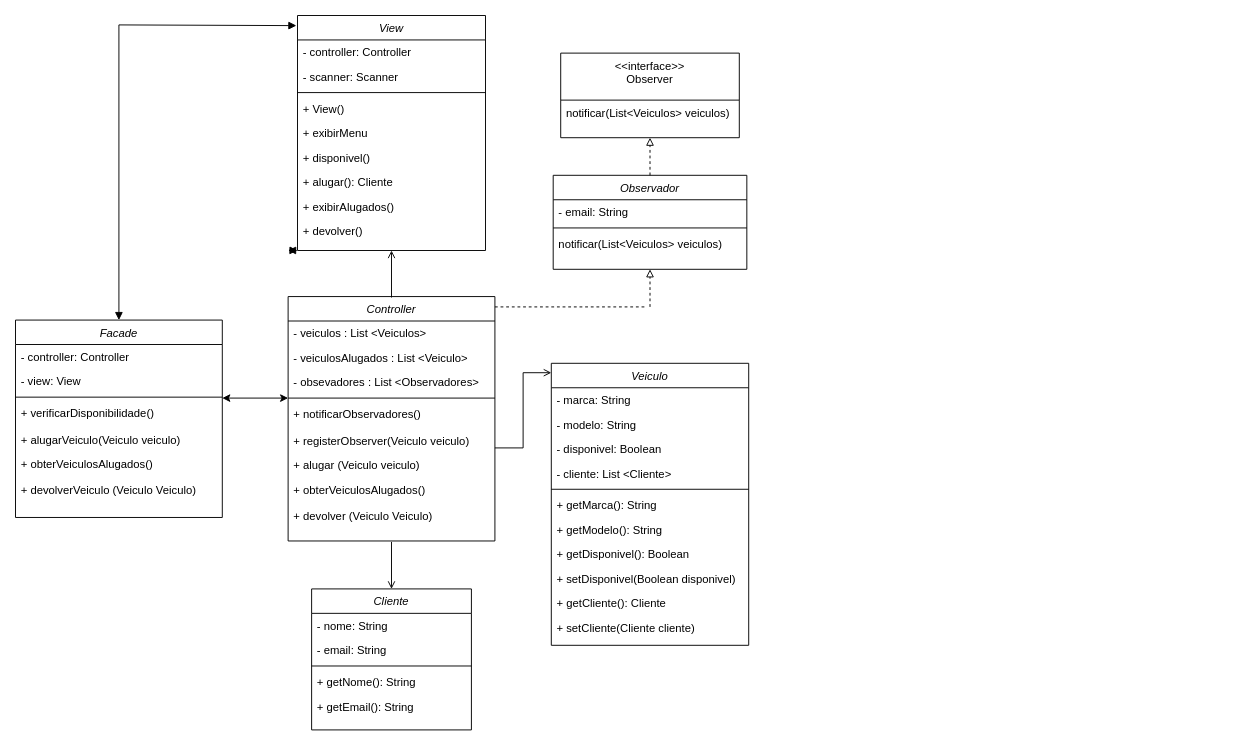
Before: Engenharia III/MVC/Diagram/MVC.drawio in New-Tomorrow/Bertoti, a draw.io diagram. Source tidied: cells renumbered, new cells numbered last; positions are measured from the earlier drawing's top-left corner, leaving out a move shared by most shapes. Both pictures are drawn from the tidied source at 94%, with x=0, y=0 at pixel (15, 15).
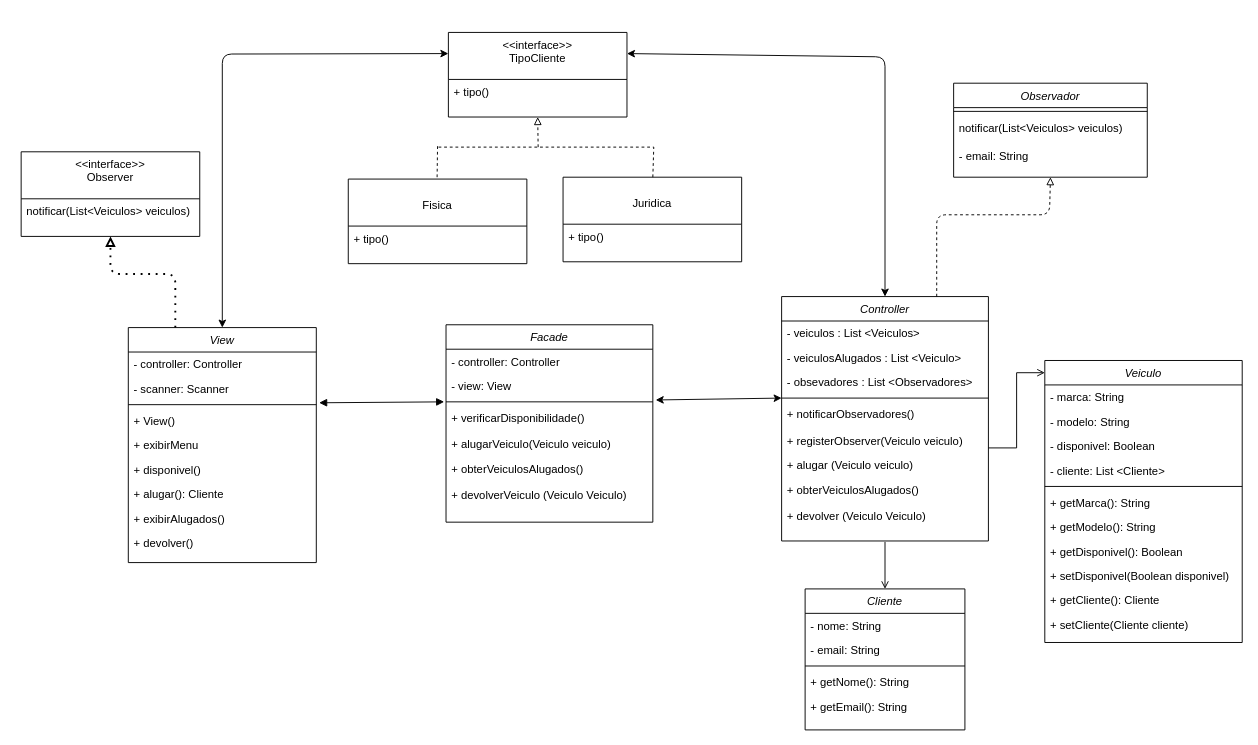
After the change.

Unchanged cells that the change refers to:
```xml
<mxCell id="39" value="- scanner: Scanner&#10;" style="text;align=left;verticalAlign=top;spacingLeft=4;spacingRight=4;overflow=hidden;points=[[0,0.5],[1,0.5]];portConstraint=eastwest;" parent="37" vertex="1">
  <mxGeometry y="52" width="200" height="26" as="geometry" />
</mxCell>
<mxCell id="49" value="- view: View" style="text;align=left;verticalAlign=top;spacingLeft=4;spacingRight=4;overflow=hidden;points=[[0,0.5],[1,0.5]];portConstraint=eastwest;" parent="47" vertex="1">
  <mxGeometry y="52" width="220" height="26" as="geometry" />
</mxCell>
```

The edit, as a diff of the source:
```diff
@@
     <mxCell id="2" value="Controller" style="swimlane;fontStyle=2;align=center;verticalAlign=top;horizontal=1;startSize=26;rounded=0;shadow=0;strokeWidth=1;" parent="1" vertex="1">
-      <mxGeometry x="290" y="299" width="220" height="260" as="geometry" />
+      <mxGeometry x="815" y="299" width="220" height="260" as="geometry" />
     </mxCell>
@@
     <mxCell id="12" value="&lt;&lt;interface&gt;&gt;&#10;Observer" style="swimlane;fontStyle=0;align=center;verticalAlign=top;horizontal=1;startSize=50;rounded=0;shadow=0;strokeWidth=1;" parent="1" vertex="1">
-      <mxGeometry x="580" y="40" width="190" height="90" as="geometry" />
+      <mxGeometry x="6" y="145" width="190" height="90" as="geometry" />
     </mxCell>
@@
     <mxCell id="14" value="Veiculo&#10;" style="swimlane;fontStyle=2;align=center;verticalAlign=top;horizontal=1;startSize=26;rounded=0;shadow=0;strokeWidth=1;" parent="1" vertex="1">
-      <mxGeometry x="570" y="370" width="210" height="300" as="geometry" />
+      <mxGeometry x="1095" y="367" width="210" height="300" as="geometry" />
     </mxCell>
@@
     <mxCell id="26" value="Cliente" style="swimlane;fontStyle=2;align=center;verticalAlign=top;horizontal=1;startSize=26;rounded=0;shadow=0;strokeWidth=1;strokeColor=default;" parent="1" vertex="1">
-      <mxGeometry x="315" y="610" width="170" height="150" as="geometry" />
+      <mxGeometry x="840" y="610" width="170" height="150" as="geometry" />
     </mxCell>
@@
     <mxCell id="32" value="Observador&#10;" style="swimlane;fontStyle=2;align=center;verticalAlign=top;horizontal=1;startSize=26;rounded=0;shadow=0;strokeWidth=1;" parent="1" vertex="1">
-      <mxGeometry x="572" y="170" width="206" height="100" as="geometry" />
+      <mxGeometry x="998" y="72" width="206" height="100" as="geometry" />
     </mxCell>
-    <mxCell id="33" value="- email: String" style="text;align=left;verticalAlign=top;spacingLeft=4;spacingRight=4;overflow=hidden;" parent="32" vertex="1">
-      <mxGeometry y="26" width="206" height="26" as="geometry" />
-    </mxCell>
     <mxCell id="34" style="line;html=1;strokeWidth=1;align=left;verticalAlign=middle;spacingTop=-1;spacingLeft=3;spacingRight=3;labelPosition=right;" parent="32" vertex="1">
-      <mxGeometry y="52" width="206" height="8" as="geometry" />
+      <mxGeometry y="26" width="206" height="8" as="geometry" />
     </mxCell>
     <mxCell id="35" value="notificar(List&lt;Veiculos&gt; veiculos)" style="text;align=left;verticalAlign=top;spacingLeft=4;spacingRight=4;overflow=hidden;rounded=0;shadow=0;html=0;" parent="32" vertex="1">
-      <mxGeometry y="60" width="206" height="30" as="geometry" />
+      <mxGeometry y="34" width="206" height="30" as="geometry" />
     </mxCell>
+    <mxCell id="33" value="- email: String" style="text;align=left;verticalAlign=top;spacingLeft=4;spacingRight=4;overflow=hidden;" parent="32" vertex="1">
+      <mxGeometry y="64" width="206" height="26" as="geometry" />
+    </mxCell>
-    <mxCell id="36" style="edgeStyle=none;html=1;exitX=0;exitY=1;exitDx=0;exitDy=0;startArrow=block;startFill=1;endArrow=block;endFill=1;" parent="1" edge="1" source="37">
-      <mxGeometry relative="1" as="geometry">
-        <mxPoint x="290" y="249.8" as="targetPoint" />
-      </mxGeometry>
+    <mxCell id="36" style="edgeStyle=none;html=1;exitX=1.015;exitY=1.077;exitDx=0;exitDy=0;startArrow=block;startFill=1;endArrow=block;endFill=1;entryX=-0.009;entryY=1.154;entryDx=0;entryDy=0;entryPerimeter=0;exitPerimeter=0;" parent="1" edge="1" source="39" target="49">
+      <mxGeometry relative="1" as="geometry" />
     </mxCell>
     <mxCell id="37" value="View&#10;" style="swimlane;fontStyle=2;align=center;verticalAlign=top;horizontal=1;startSize=26;rounded=0;shadow=0;strokeWidth=1;" parent="1" vertex="1">
-      <mxGeometry x="300" width="200" height="250" as="geometry" />
+      <mxGeometry x="120" y="332" width="200" height="250" as="geometry" />
     </mxCell>
@@
     <mxCell id="47" value="Facade" style="swimlane;fontStyle=2;align=center;verticalAlign=top;horizontal=1;startSize=26;rounded=0;shadow=0;strokeWidth=1;" parent="1" vertex="1">
-      <mxGeometry y="324" width="220" height="210" as="geometry" />
+      <mxGeometry x="458" y="329" width="220" height="210" as="geometry" />
     </mxCell>
@@
-    <mxCell id="55" style="endArrow=classic;startArrow=classic;html=1;" parent="1" edge="1">
+    <mxCell id="55" style="endArrow=classic;startArrow=classic;html=1;exitX=1.014;exitY=1.077;exitDx=0;exitDy=0;exitPerimeter=0;" parent="1" edge="1" source="49">
       <mxGeometry relative="1" as="geometry">
-        <mxPoint x="220" y="407" as="sourcePoint" />
-        <mxPoint x="290" y="407" as="targetPoint" />
+        <mxPoint x="815" y="407" as="targetPoint" />
       </mxGeometry>
     </mxCell>
     <mxCell id="56" style="endArrow=none;html=1;startArrow=open;startFill=0;" parent="1" edge="1">
       <mxGeometry relative="1" as="geometry">
-        <mxPoint x="400" y="610" as="sourcePoint" />
-        <mxPoint x="400" y="560" as="targetPoint" />
+        <mxPoint x="925" y="610" as="sourcePoint" />
+        <mxPoint x="925" y="560" as="targetPoint" />
       </mxGeometry>
     </mxCell>
     <mxCell id="57" style="endArrow=none;html=1;" parent="1" edge="1">
       <mxGeometry relative="1" as="geometry">
-        <mxPoint x="510" y="460" as="sourcePoint" />
-        <mxPoint x="540" y="460" as="targetPoint" />
+        <mxPoint x="1035" y="460" as="sourcePoint" />
+        <mxPoint x="1065" y="460" as="targetPoint" />
       </mxGeometry>
     </mxCell>
     <mxCell id="58" style="endArrow=none;html=1;" parent="1" edge="1">
       <mxGeometry relative="1" as="geometry">
-        <mxPoint x="540" y="460" as="sourcePoint" />
-        <mxPoint x="540" y="380" as="targetPoint" />
+        <mxPoint x="1065" y="460" as="sourcePoint" />
+        <mxPoint x="1065" y="380" as="targetPoint" />
       </mxGeometry>
     </mxCell>
     <mxCell id="59" style="endArrow=open;html=1;startArrow=none;startFill=0;endFill=0;" parent="1" edge="1">
       <mxGeometry relative="1" as="geometry">
-        <mxPoint x="540" y="380" as="sourcePoint" />
-        <mxPoint x="570" y="380" as="targetPoint" />
+        <mxPoint x="1065" y="380" as="sourcePoint" />
+        <mxPoint x="1095" y="380" as="targetPoint" />
       </mxGeometry>
     </mxCell>
-    <mxCell id="60" style="endArrow=none;html=1;dashed=1;" parent="1" edge="1">
-      <mxGeometry relative="1" as="geometry">
-        <mxPoint x="510" y="310" as="sourcePoint" />
-        <mxPoint x="670" y="310" as="targetPoint" />
-      </mxGeometry>
-    </mxCell>
-    <mxCell id="61" style="endArrow=block;html=1;dashed=1;entryX=0.5;entryY=1;entryDx=0;entryDy=0;endFill=0;" parent="1" edge="1" target="32">
+    <mxCell id="61" style="endArrow=block;html=1;dashed=1;entryX=0.5;entryY=1;entryDx=0;entryDy=0;endFill=0;exitX=0.75;exitY=0;exitDx=0;exitDy=0;" parent="1" edge="1" source="2" target="32">
       <mxGeometry relative="1" as="geometry">
-        <mxPoint x="675" y="310" as="sourcePoint" />
+        <Array as="points">
+          <mxPoint x="980" y="212" />
+          <mxPoint x="1100" y="212" />
+        </Array>
       </mxGeometry>
     </mxCell>
-    <mxCell id="62" style="endArrow=block;html=1;dashed=1;entryX=0.5;entryY=1;entryDx=0;entryDy=0;endFill=0;exitX=0.5;exitY=0;exitDx=0;exitDy=0;" parent="1" edge="1" source="32" target="12">
-      <mxGeometry relative="1" as="geometry" />
-    </mxCell>
-    <mxCell id="63" style="endArrow=open;html=1;entryX=0.5;entryY=1;entryDx=0;entryDy=0;endFill=0;" parent="1" edge="1" target="37">
-      <mxGeometry relative="1" as="geometry">
-        <mxPoint x="400" y="300" as="sourcePoint" />
-      </mxGeometry>
-    </mxCell>
-    <mxCell id="64" style="endArrow=none;html=1;exitX=0.5;exitY=0;exitDx=0;exitDy=0;endFill=0;startArrow=block;startFill=1;" parent="1" edge="1" source="47">
-      <mxGeometry relative="1" as="geometry">
-        <mxPoint x="110" y="10" as="targetPoint" />
-      </mxGeometry>
-    </mxCell>
-    <mxCell id="65" style="endArrow=none;html=1;exitX=-0.006;exitY=0.043;exitDx=0;exitDy=0;exitPerimeter=0;endFill=0;startArrow=block;startFill=1;" parent="1" edge="1" source="37">
-      <mxGeometry relative="1" as="geometry">
-        <mxPoint x="110" y="10" as="targetPoint" />
-      </mxGeometry>
-    </mxCell>
+    <mxCell id="66" style="endArrow=block;dashed=1;html=1;dashPattern=1 3;strokeWidth=2;entryX=0.5;entryY=1;entryDx=0;entryDy=0;exitX=0.25;exitY=0;exitDx=0;exitDy=0;startArrow=none;startFill=0;endFill=0;" parent="1" edge="1" source="37" target="12">
+      <mxGeometry relative="1" as="geometry">
+        <Array as="points">
+          <mxPoint x="170" y="275" />
+          <mxPoint x="101" y="275" />
+        </Array>
+      </mxGeometry>
+    </mxCell>
+    <mxCell id="67" value="&lt;&lt;interface&gt;&gt;&#10;TipoCliente" style="swimlane;fontStyle=0;align=center;verticalAlign=top;horizontal=1;startSize=50;rounded=0;shadow=0;strokeWidth=1;" parent="1" vertex="1">
+      <mxGeometry x="460.5" y="18" width="190" height="90" as="geometry" />
+    </mxCell>
+    <mxCell id="68" value="+ tipo()" style="text;align=left;verticalAlign=top;spacingLeft=4;spacingRight=4;overflow=hidden;rounded=0;shadow=0;html=0;" parent="67" vertex="1">
+      <mxGeometry y="50" width="190" height="30" as="geometry" />
+    </mxCell>
+    <mxCell id="69" value="&#10;Fisica" style="swimlane;fontStyle=0;align=center;verticalAlign=top;horizontal=1;startSize=50;rounded=0;shadow=0;strokeWidth=1;" parent="1" vertex="1">
+      <mxGeometry x="354" y="174" width="190" height="90" as="geometry" />
+    </mxCell>
+    <mxCell id="70" value="+ tipo()" style="text;align=left;verticalAlign=top;spacingLeft=4;spacingRight=4;overflow=hidden;rounded=0;shadow=0;html=0;" parent="69" vertex="1">
+      <mxGeometry y="50" width="190" height="30" as="geometry" />
+    </mxCell>
+    <mxCell id="71" value="&#10;Juridica" style="swimlane;fontStyle=0;align=center;verticalAlign=top;horizontal=1;startSize=50;rounded=0;shadow=0;strokeWidth=1;" parent="1" vertex="1">
+      <mxGeometry x="582.5" y="172" width="190" height="90" as="geometry" />
+    </mxCell>
+    <mxCell id="72" value="+ tipo()" style="text;align=left;verticalAlign=top;spacingLeft=4;spacingRight=4;overflow=hidden;rounded=0;shadow=0;html=0;" parent="71" vertex="1">
+      <mxGeometry y="50" width="190" height="30" as="geometry" />
+    </mxCell>
+    <mxCell id="73" style="endArrow=none;dashed=1;html=1;" parent="1" edge="1">
+      <mxGeometry relative="1" as="geometry">
+        <mxPoint x="448.5" y="172" as="sourcePoint" />
+        <mxPoint x="449" y="138" as="targetPoint" />
+      </mxGeometry>
+    </mxCell>
+    <mxCell id="74" style="endArrow=none;dashed=1;html=1;" parent="1" edge="1">
+      <mxGeometry relative="1" as="geometry">
+        <mxPoint x="678" y="172" as="sourcePoint" />
+        <mxPoint x="679" y="140" as="targetPoint" />
+      </mxGeometry>
+    </mxCell>
+    <mxCell id="75" style="endArrow=none;dashed=1;html=1;" parent="1" edge="1">
+      <mxGeometry relative="1" as="geometry">
+        <mxPoint x="450" y="140" as="sourcePoint" />
+        <mxPoint x="679" y="140" as="targetPoint" />
+      </mxGeometry>
+    </mxCell>
+    <mxCell id="76" style="endArrow=block;dashed=1;html=1;entryX=0.5;entryY=1;entryDx=0;entryDy=0;startArrow=none;startFill=0;endFill=0;" parent="1" edge="1" target="67">
+      <mxGeometry relative="1" as="geometry">
+        <mxPoint x="556" y="140" as="sourcePoint" />
+      </mxGeometry>
+    </mxCell>
+    <mxCell id="77" style="endArrow=classic;startArrow=classic;html=1;exitX=0.5;exitY=0;exitDx=0;exitDy=0;entryX=0;entryY=0.25;entryDx=0;entryDy=0;" parent="1" edge="1" source="37" target="67">
+      <mxGeometry relative="1" as="geometry">
+        <Array as="points">
+          <mxPoint x="220" y="41" />
+        </Array>
+      </mxGeometry>
+    </mxCell>
+    <mxCell id="78" style="endArrow=classic;startArrow=classic;html=1;exitX=1;exitY=0.25;exitDx=0;exitDy=0;entryX=0.5;entryY=0;entryDx=0;entryDy=0;" parent="1" edge="1" source="67" target="2">
+      <mxGeometry relative="1" as="geometry">
+        <Array as="points">
+          <mxPoint x="925" y="44" />
+        </Array>
+      </mxGeometry>
+    </mxCell>
```
